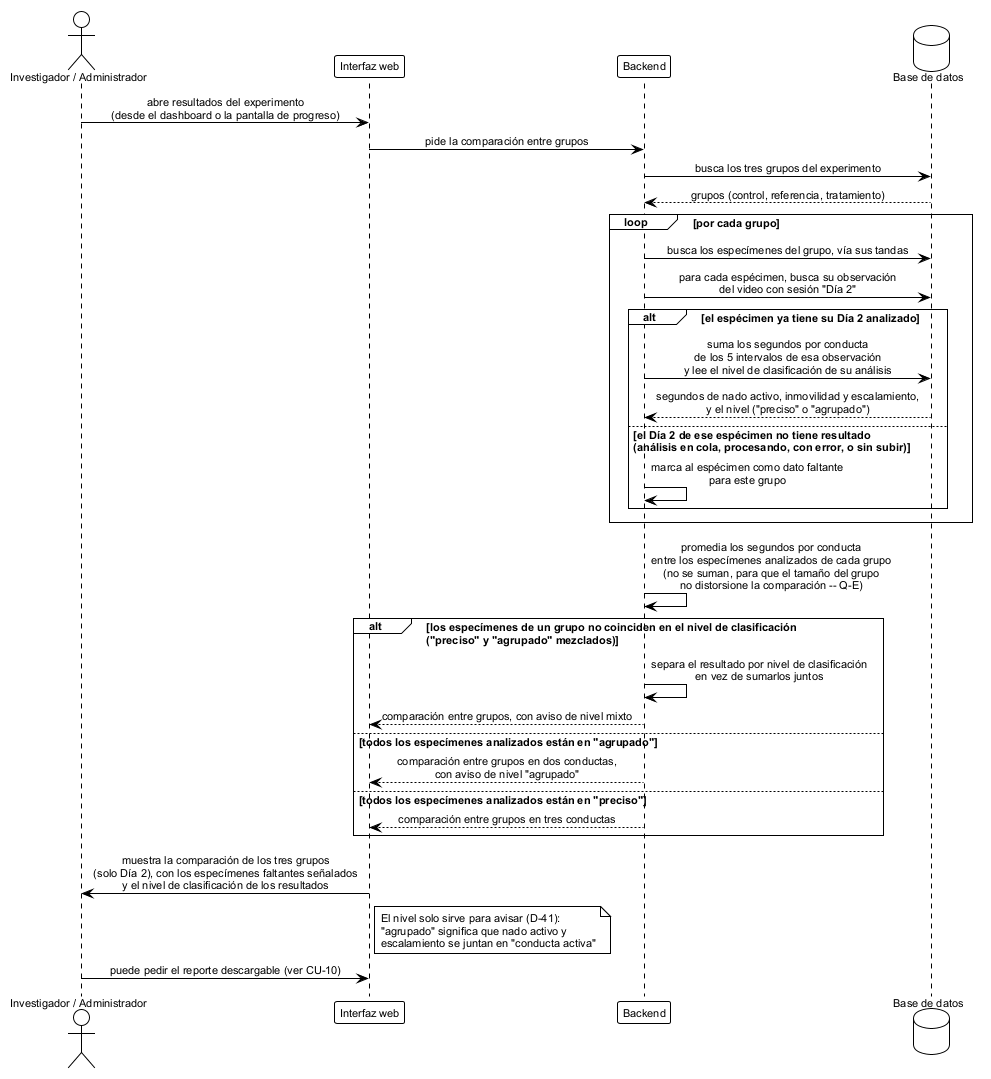
Earlier version of the PlantUML export figures/mermaid/seq_consulta_resultados.png (ErickJester/fst-ai-system-latex). The source it was exported from:
```plantuml
@startuml seq_consulta_resultados

!theme plain
skinparam defaultFontName Arial
skinparam defaultFontSize 11
skinparam shadowing false
skinparam sequenceMessageAlign center
skinparam BoxPadding 10

actor "Investigador / Administrador" as inv
participant "Interfaz web" as ui
participant Backend as api
database "Base de datos" as db

inv -> ui: abre resultados del experimento\n(desde el dashboard o la pantalla de progreso)
ui -> api: pide la comparación entre grupos
api -> db: busca los tres grupos del experimento

db --> api: grupos (control, referencia, tratamiento)

loop por cada grupo
  api -> db: busca los especímenes del grupo, vía sus tandas
  api -> db: para cada espécimen, busca su observación\ndel video con sesión "Día 2"

  alt el espécimen ya tiene su Día 2 analizado
    api -> db: suma los segundos por conducta\nde los 5 intervalos de esa observación\ny lee el nivel de clasificación de su análisis
    db --> api: segundos de nado activo, inmovilidad y escalamiento,\ny el nivel ("preciso" o "agrupado")
  else el Día 2 de ese espécimen no tiene resultado\n(análisis en cola, procesando, con error, o sin subir)
    api -> api: marca al espécimen como dato faltante\npara este grupo
  end
end

api -> api: promedia los segundos por conducta\nentre los especímenes analizados de cada grupo\n(no se suman, para que el tamaño del grupo\nno distorsione la comparación -- Q-E)

alt los especímenes de un grupo no coinciden en el nivel de clasificación\n("preciso" y "agrupado" mezclados)
  api -> api: separa el resultado por nivel de clasificación\nen vez de sumarlos juntos
  api --> ui: comparación entre grupos, con aviso de nivel mixto
else todos los especímenes analizados están en "agrupado"
  api --> ui: comparación entre grupos en dos conductas,\ncon aviso de nivel "agrupado"
else todos los especímenes analizados están en "preciso"
  api --> ui: comparación entre grupos en tres conductas
end

ui -> inv: muestra la comparación de los tres grupos\n(solo Día 2), con los especímenes faltantes señalados\ny el nivel de clasificación de los resultados
note right of ui
  El nivel solo sirve para avisar (D-41):
  "agrupado" significa que nado activo y
  escalamiento se juntan en "conducta activa"
end note
inv -> ui: puede pedir el reporte descargable (ver CU-10)

@enduml
```
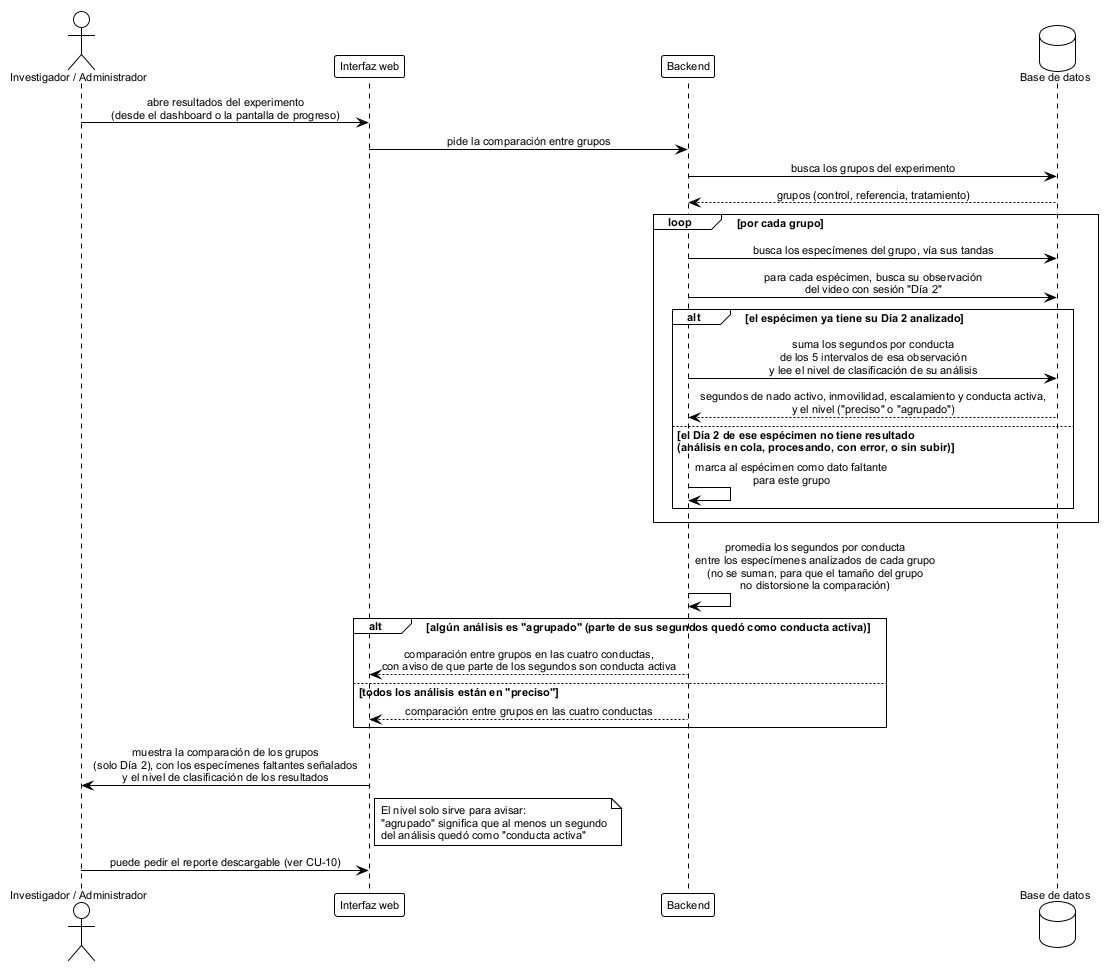
The same diagram one commit later.

What changed in the source:
```diff
@@ -14,7 +14,7 @@
 
 inv -> ui: abre resultados del experimento\n(desde el dashboard o la pantalla de progreso)
 ui -> api: pide la comparación entre grupos
-api -> db: busca los tres grupos del experimento
+api -> db: busca los grupos del experimento
 
 db --> api: grupos (control, referencia, tratamiento)
 
@@ -24,28 +24,25 @@
 
   alt el espécimen ya tiene su Día 2 analizado
     api -> db: suma los segundos por conducta\nde los 5 intervalos de esa observación\ny lee el nivel de clasificación de su análisis
-    db --> api: segundos de nado activo, inmovilidad y escalamiento,\ny el nivel ("preciso" o "agrupado")
+    db --> api: segundos de nado activo, inmovilidad, escalamiento y conducta activa,\ny el nivel ("preciso" o "agrupado")
   else el Día 2 de ese espécimen no tiene resultado\n(análisis en cola, procesando, con error, o sin subir)
     api -> api: marca al espécimen como dato faltante\npara este grupo
   end
 end
 
-api -> api: promedia los segundos por conducta\nentre los especímenes analizados de cada grupo\n(no se suman, para que el tamaño del grupo\nno distorsione la comparación -- Q-E)
+api -> api: promedia los segundos por conducta\nentre los especímenes analizados de cada grupo\n(no se suman, para que el tamaño del grupo\nno distorsione la comparación)
 
-alt los especímenes de un grupo no coinciden en el nivel de clasificación\n("preciso" y "agrupado" mezclados)
-  api -> api: separa el resultado por nivel de clasificación\nen vez de sumarlos juntos
-  api --> ui: comparación entre grupos, con aviso de nivel mixto
-else todos los especímenes analizados están en "agrupado"
-  api --> ui: comparación entre grupos en dos conductas,\ncon aviso de nivel "agrupado"
-else todos los especímenes analizados están en "preciso"
-  api --> ui: comparación entre grupos en tres conductas
+alt algún análisis es "agrupado" (parte de sus segundos quedó como conducta activa)
+  api --> ui: comparación entre grupos en las cuatro conductas,\ncon aviso de que parte de los segundos son conducta activa
+else todos los análisis están en "preciso"
+  api --> ui: comparación entre grupos en las cuatro conductas
 end
 
-ui -> inv: muestra la comparación de los tres grupos\n(solo Día 2), con los especímenes faltantes señalados\ny el nivel de clasificación de los resultados
+ui -> inv: muestra la comparación de los grupos\n(solo Día 2), con los especímenes faltantes señalados\ny el nivel de clasificación de los resultados
 note right of ui
-  El nivel solo sirve para avisar (D-41):
-  "agrupado" significa que nado activo y
-  escalamiento se juntan en "conducta activa"
+  El nivel solo sirve para avisar:
+  "agrupado" significa que al menos un segundo
+  del análisis quedó como "conducta activa"
 end note
 inv -> ui: puede pedir el reporte descargable (ver CU-10)
 
```
